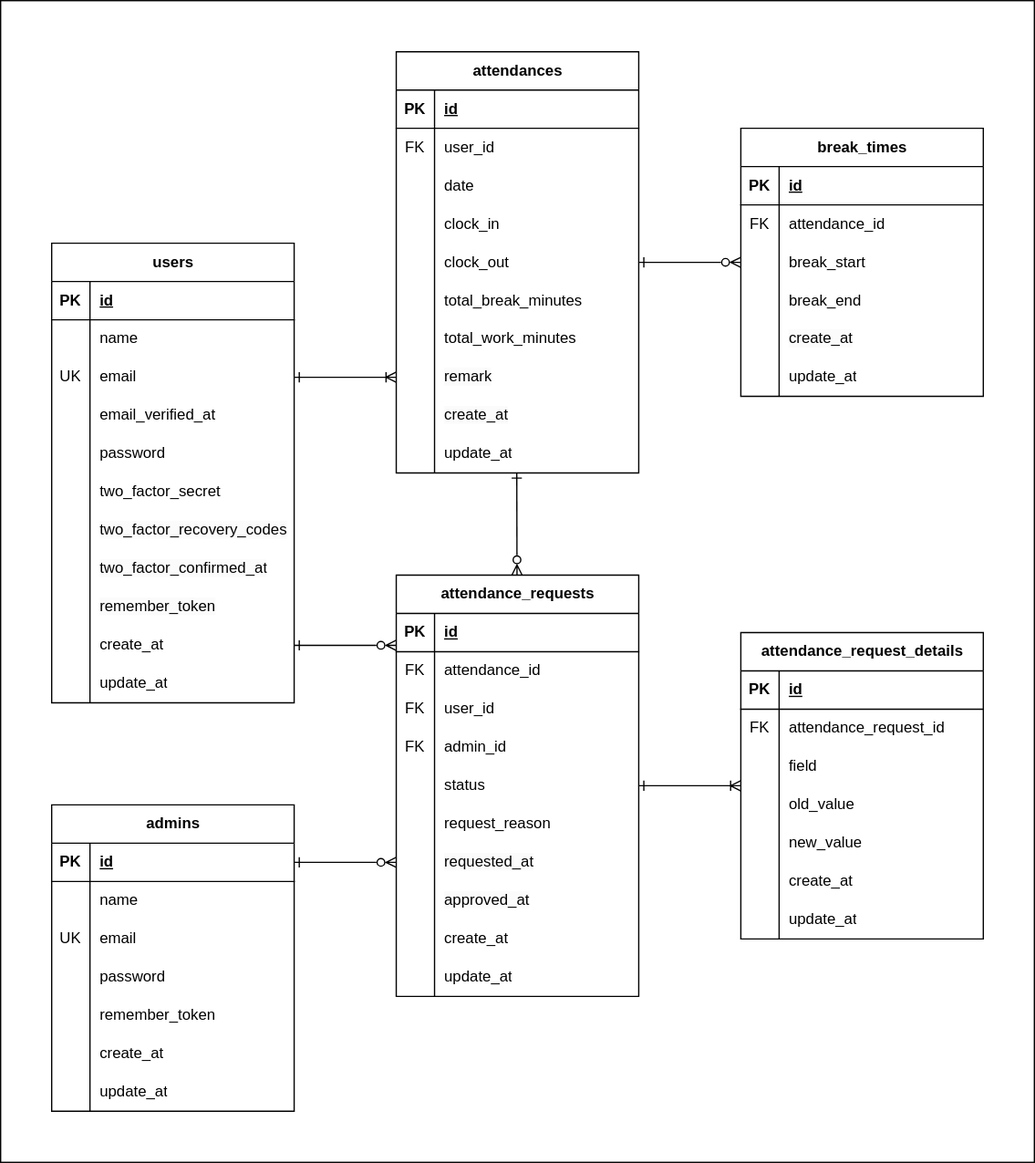
ainyan4645/attendance-management_coachtech keeps this draw.io diagram as attendance-management_coachtech_ER.drawio.svg. Above is the earlier version. Source tidied: cells renumbered, new cells last; positions are measured from the earlier drawing's top-left corner, leaving out a move shared by most shapes.
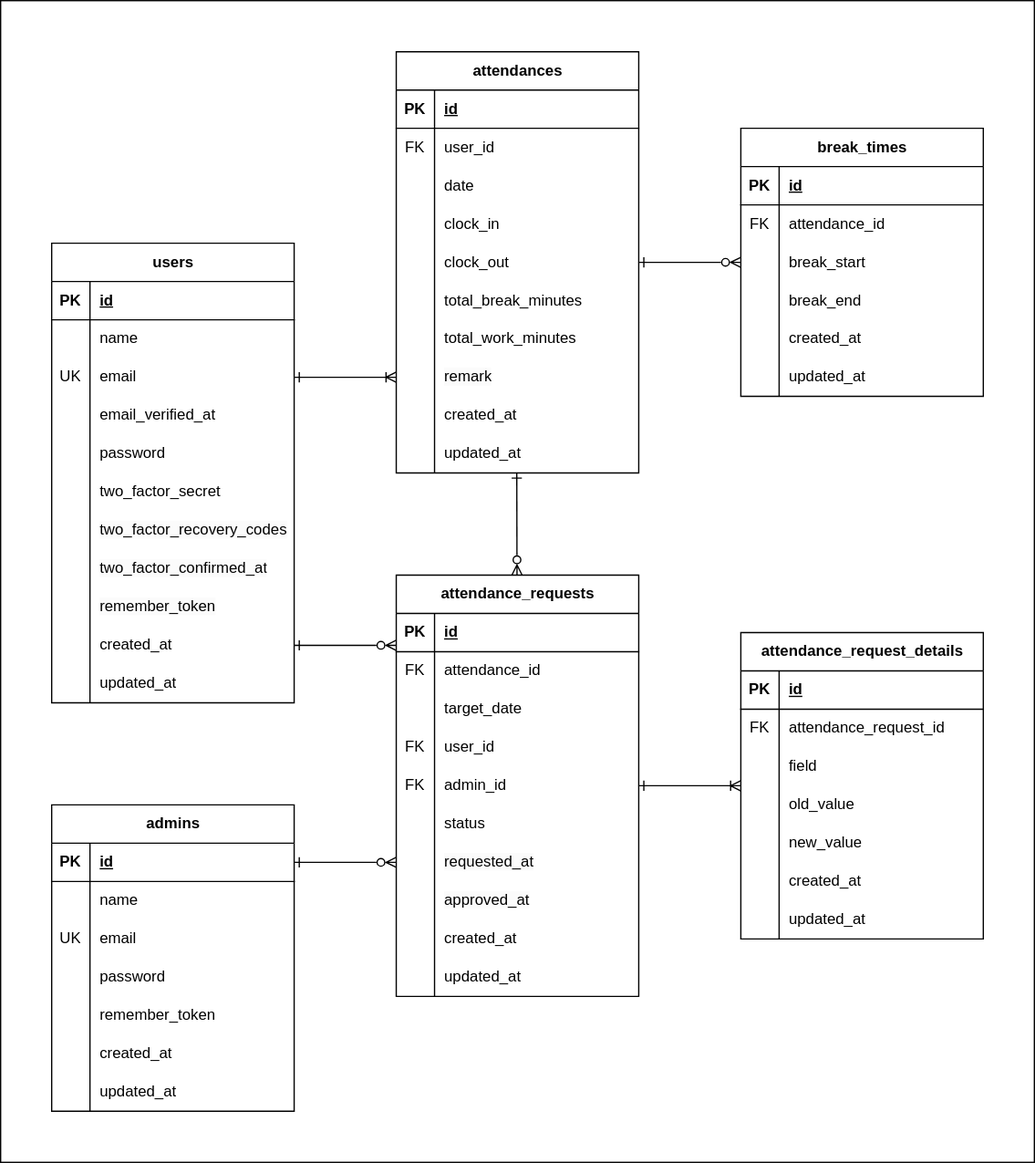
After the commit.

What changed in the source:
```diff
@@ -95,7 +95,7 @@
     <mxCell id="32" style="shape=partialRectangle;fillColor=none;top=0;left=0;bottom=0;right=0;overflow=hidden;whiteSpace=wrap;html=1;" parent="31" vertex="1">
       <mxGeometry width="30" height="30" as="geometry" />
     </mxCell>
-    <mxCell id="33" value="&lt;span style=&quot;color: rgb(0, 0, 0);&quot;&gt;create_at&lt;/span&gt;" style="shape=partialRectangle;fillColor=none;top=0;left=0;bottom=0;right=0;align=left;spacingLeft=6;overflow=hidden;whiteSpace=wrap;html=1;" parent="31" vertex="1">
+    <mxCell id="33" value="&lt;span style=&quot;color: rgb(0, 0, 0);&quot;&gt;created_at&lt;/span&gt;" style="shape=partialRectangle;fillColor=none;top=0;left=0;bottom=0;right=0;align=left;spacingLeft=6;overflow=hidden;whiteSpace=wrap;html=1;" parent="31" vertex="1">
       <mxGeometry x="30" width="160" height="30" as="geometry" />
     </mxCell>
     <mxCell id="34" style="shape=tableRow;horizontal=0;startSize=0;swimlaneHead=0;swimlaneBody=0;fillColor=none;top=0;left=0;right=0;bottom=0;" parent="3" vertex="1">
@@ -104,7 +104,7 @@
     <mxCell id="35" style="shape=partialRectangle;fillColor=none;top=0;left=0;bottom=0;right=0;overflow=hidden;whiteSpace=wrap;html=1;" parent="34" vertex="1">
       <mxGeometry width="30" height="30" as="geometry" />
     </mxCell>
-    <mxCell id="36" value="&lt;span style=&quot;color: rgb(0, 0, 0);&quot;&gt;update_at&lt;/span&gt;" style="shape=partialRectangle;fillColor=none;top=0;left=0;bottom=0;right=0;align=left;spacingLeft=6;overflow=hidden;whiteSpace=wrap;html=1;" parent="34" vertex="1">
+    <mxCell id="36" value="&lt;span style=&quot;color: rgb(0, 0, 0);&quot;&gt;updated_at&lt;/span&gt;" style="shape=partialRectangle;fillColor=none;top=0;left=0;bottom=0;right=0;align=left;spacingLeft=6;overflow=hidden;whiteSpace=wrap;html=1;" parent="34" vertex="1">
       <mxGeometry x="30" width="160" height="30" as="geometry" />
     </mxCell>
     <mxCell id="37" style="edgeStyle=none;html=1;endArrow=ERzeroToMany;endFill=0;startArrow=ERone;startFill=0;" parent="1" edge="1" source="38" target="69">
@@ -191,7 +191,7 @@
     <mxCell id="64" style="shape=partialRectangle;fillColor=none;top=0;left=0;bottom=0;right=0;overflow=hidden;whiteSpace=wrap;html=1;" parent="63" vertex="1">
       <mxGeometry width="30" height="30" as="geometry" />
     </mxCell>
-    <mxCell id="65" value="&lt;span style=&quot;color: rgb(0, 0, 0); font-family: Helvetica; font-size: 12px; font-style: normal; font-variant-ligatures: normal; font-variant-caps: normal; font-weight: 400; letter-spacing: normal; orphans: 2; text-align: left; text-indent: 0px; text-transform: none; widows: 2; word-spacing: 0px; -webkit-text-stroke-width: 0px; white-space: normal; background-color: rgb(251, 251, 251); text-decoration-thickness: initial; text-decoration-style: initial; text-decoration-color: initial; float: none; display: inline !important;&quot;&gt;create_at&lt;/span&gt;" style="shape=partialRectangle;fillColor=none;top=0;left=0;bottom=0;right=0;align=left;spacingLeft=6;overflow=hidden;whiteSpace=wrap;html=1;" parent="63" vertex="1">
+    <mxCell id="65" value="&lt;span style=&quot;color: rgb(0, 0, 0);&quot;&gt;created_at&lt;/span&gt;" style="shape=partialRectangle;fillColor=none;top=0;left=0;bottom=0;right=0;align=left;spacingLeft=6;overflow=hidden;whiteSpace=wrap;html=1;" parent="63" vertex="1">
       <mxGeometry x="30" width="160" height="30" as="geometry" />
     </mxCell>
     <mxCell id="66" style="shape=tableRow;horizontal=0;startSize=0;swimlaneHead=0;swimlaneBody=0;fillColor=none;points=[[0,0.5],[1,0.5]];portConstraint=eastwest;top=0;left=0;right=0;bottom=0;" parent="38" vertex="1">
@@ -200,7 +200,7 @@
     <mxCell id="67" style="shape=partialRectangle;fillColor=none;top=0;left=0;bottom=0;right=0;overflow=hidden;whiteSpace=wrap;html=1;" parent="66" vertex="1">
       <mxGeometry width="30" height="30" as="geometry" />
     </mxCell>
-    <mxCell id="68" value="&lt;span style=&quot;color: rgb(0, 0, 0);&quot;&gt;update_at&lt;/span&gt;" style="shape=partialRectangle;fillColor=none;top=0;left=0;bottom=0;right=0;align=left;spacingLeft=6;overflow=hidden;whiteSpace=wrap;html=1;" parent="66" vertex="1">
+    <mxCell id="68" value="&lt;span style=&quot;color: rgb(0, 0, 0);&quot;&gt;updated_at&lt;/span&gt;" style="shape=partialRectangle;fillColor=none;top=0;left=0;bottom=0;right=0;align=left;spacingLeft=6;overflow=hidden;whiteSpace=wrap;html=1;" parent="66" vertex="1">
       <mxGeometry x="30" width="160" height="30" as="geometry" />
     </mxCell>
     <mxCell id="69" value="break_times" style="shape=table;startSize=30;rowLines=0;fontStyle=1;align=center;html=1;" parent="1" vertex="1">
@@ -248,7 +248,7 @@
     <mxCell id="83" style="shape=partialRectangle;fillColor=none;top=0;left=0;bottom=0;right=0;overflow=hidden;whiteSpace=wrap;html=1;" parent="82" vertex="1">
       <mxGeometry width="30" height="30" as="geometry" />
     </mxCell>
-    <mxCell id="84" value="&lt;span style=&quot;color: rgb(0, 0, 0); font-family: Helvetica; font-size: 12px; font-style: normal; font-variant-ligatures: normal; font-variant-caps: normal; font-weight: 400; letter-spacing: normal; orphans: 2; text-align: left; text-indent: 0px; text-transform: none; widows: 2; word-spacing: 0px; -webkit-text-stroke-width: 0px; white-space: normal; background-color: rgb(251, 251, 251); text-decoration-thickness: initial; text-decoration-style: initial; text-decoration-color: initial; float: none; display: inline !important;&quot;&gt;create_at&lt;/span&gt;" style="shape=partialRectangle;fillColor=none;top=0;left=0;bottom=0;right=0;align=left;spacingLeft=6;overflow=hidden;whiteSpace=wrap;html=1;" parent="82" vertex="1">
+    <mxCell id="84" value="&lt;span style=&quot;color: rgb(0, 0, 0);&quot;&gt;created_at&lt;/span&gt;" style="shape=partialRectangle;fillColor=none;top=0;left=0;bottom=0;right=0;align=left;spacingLeft=6;overflow=hidden;whiteSpace=wrap;html=1;" parent="82" vertex="1">
       <mxGeometry x="30" width="160" height="30" as="geometry" />
     </mxCell>
     <mxCell id="85" style="shape=tableRow;horizontal=0;startSize=0;swimlaneHead=0;swimlaneBody=0;fillColor=none;top=0;left=0;right=0;bottom=0;" parent="69" vertex="1">
@@ -257,7 +257,7 @@
     <mxCell id="86" style="shape=partialRectangle;fillColor=none;top=0;left=0;bottom=0;right=0;overflow=hidden;whiteSpace=wrap;html=1;" parent="85" vertex="1">
       <mxGeometry width="30" height="30" as="geometry" />
     </mxCell>
-    <mxCell id="87" value="&lt;span style=&quot;color: rgb(0, 0, 0);&quot;&gt;update_at&lt;/span&gt;" style="shape=partialRectangle;fillColor=none;top=0;left=0;bottom=0;right=0;align=left;spacingLeft=6;overflow=hidden;whiteSpace=wrap;html=1;" parent="85" vertex="1">
+    <mxCell id="87" value="&lt;span style=&quot;color: rgb(0, 0, 0);&quot;&gt;updated_at&lt;/span&gt;" style="shape=partialRectangle;fillColor=none;top=0;left=0;bottom=0;right=0;align=left;spacingLeft=6;overflow=hidden;whiteSpace=wrap;html=1;" parent="85" vertex="1">
       <mxGeometry x="30" width="160" height="30" as="geometry" />
     </mxCell>
     <mxCell id="88" style="edgeStyle=none;html=1;endArrow=ERoneToMany;endFill=0;startArrow=ERone;startFill=0;" parent="1" edge="1" source="89" target="121">
@@ -284,8 +284,17 @@
     <mxCell id="95" value="&lt;span style=&quot;color: rgb(0, 0, 0);&quot;&gt;attendance_id&lt;/span&gt;" style="shape=partialRectangle;fillColor=none;top=0;left=0;bottom=0;right=0;align=left;spacingLeft=6;overflow=hidden;whiteSpace=wrap;html=1;" parent="93" vertex="1">
       <mxGeometry x="30" width="160" height="30" as="geometry" />
     </mxCell>
+    <mxCell id="168" style="shape=tableRow;horizontal=0;startSize=0;swimlaneHead=0;swimlaneBody=0;fillColor=none;top=0;left=0;right=0;bottom=0;" parent="89" vertex="1">
+      <mxGeometry y="90" width="190" height="30" as="geometry" />
+    </mxCell>
+    <mxCell id="106" style="shape=partialRectangle;fillColor=none;top=0;left=0;bottom=0;right=0;overflow=hidden;whiteSpace=wrap;html=1;" parent="168" vertex="1">
+      <mxGeometry width="30" height="30" as="geometry" />
+    </mxCell>
+    <mxCell id="169" value="target_date" style="shape=partialRectangle;fillColor=none;top=0;left=0;bottom=0;right=0;align=left;spacingLeft=6;overflow=hidden;whiteSpace=wrap;html=1;" parent="168" vertex="1">
+      <mxGeometry x="30" width="160" height="30" as="geometry" />
+    </mxCell>
     <mxCell id="96" style="shape=tableRow;horizontal=0;startSize=0;swimlaneHead=0;swimlaneBody=0;fillColor=none;top=0;left=0;right=0;bottom=0;" parent="89" vertex="1">
-      <mxGeometry y="90" width="190" height="30" as="geometry" />
+      <mxGeometry y="120" width="190" height="30" as="geometry" />
     </mxCell>
     <mxCell id="97" value="&lt;span style=&quot;color: rgb(0, 0, 0);&quot;&gt;FK&lt;/span&gt;" style="shape=partialRectangle;fillColor=none;top=0;left=0;bottom=0;right=0;overflow=hidden;whiteSpace=wrap;html=1;" parent="96" vertex="1">
       <mxGeometry width="30" height="30" as="geometry" />
@@ -294,7 +303,7 @@
       <mxGeometry x="30" width="160" height="30" as="geometry" />
     </mxCell>
     <mxCell id="99" style="shape=tableRow;horizontal=0;startSize=0;swimlaneHead=0;swimlaneBody=0;fillColor=none;top=0;left=0;right=0;bottom=0;" parent="89" vertex="1">
-      <mxGeometry y="120" width="190" height="30" as="geometry" />
+      <mxGeometry y="150" width="190" height="30" as="geometry" />
     </mxCell>
     <mxCell id="100" value="&lt;span style=&quot;color: rgb(0, 0, 0);&quot;&gt;FK&lt;/span&gt;" style="shape=partialRectangle;fillColor=none;top=0;left=0;bottom=0;right=0;overflow=hidden;whiteSpace=wrap;html=1;" parent="99" vertex="1">
       <mxGeometry width="30" height="30" as="geometry" />
@@ -303,7 +312,7 @@
       <mxGeometry x="30" width="160" height="30" as="geometry" />
     </mxCell>
     <mxCell id="102" style="shape=tableRow;horizontal=0;startSize=0;swimlaneHead=0;swimlaneBody=0;fillColor=none;top=0;left=0;right=0;bottom=0;" parent="89" vertex="1">
-      <mxGeometry y="150" width="190" height="30" as="geometry" />
+      <mxGeometry y="180" width="190" height="30" as="geometry" />
     </mxCell>
     <mxCell id="103" style="shape=partialRectangle;fillColor=none;top=0;left=0;bottom=0;right=0;overflow=hidden;whiteSpace=wrap;html=1;" parent="102" vertex="1">
       <mxGeometry width="30" height="30" as="geometry" />
@@ -311,15 +320,6 @@
     <mxCell id="104" value="status" style="shape=partialRectangle;fillColor=none;top=0;left=0;bottom=0;right=0;align=left;spacingLeft=6;overflow=hidden;whiteSpace=wrap;html=1;" parent="102" vertex="1">
       <mxGeometry x="30" width="160" height="30" as="geometry" />
     </mxCell>
-    <mxCell id="105" style="shape=tableRow;horizontal=0;startSize=0;swimlaneHead=0;swimlaneBody=0;fillColor=none;top=0;left=0;right=0;bottom=0;" parent="89" vertex="1">
-      <mxGeometry y="180" width="190" height="30" as="geometry" />
-    </mxCell>
-    <mxCell id="106" style="shape=partialRectangle;fillColor=none;top=0;left=0;bottom=0;right=0;overflow=hidden;whiteSpace=wrap;html=1;" parent="105" vertex="1">
-      <mxGeometry width="30" height="30" as="geometry" />
-    </mxCell>
-    <mxCell id="107" value="&lt;span style=&quot;color: rgb(0, 0, 0);&quot;&gt;request_reason&lt;/span&gt;" style="shape=partialRectangle;fillColor=none;top=0;left=0;bottom=0;right=0;align=left;spacingLeft=6;overflow=hidden;whiteSpace=wrap;html=1;" parent="105" vertex="1">
-      <mxGeometry x="30" width="160" height="30" as="geometry" />
-    </mxCell>
     <mxCell id="108" style="shape=tableRow;horizontal=0;startSize=0;swimlaneHead=0;swimlaneBody=0;fillColor=none;points=[[0,0.5],[1,0.5]];portConstraint=eastwest;top=0;left=0;right=0;bottom=0;" parent="89" vertex="1">
       <mxGeometry y="210" width="190" height="30" as="geometry" />
     </mxCell>
@@ -344,7 +344,7 @@
     <mxCell id="115" style="shape=partialRectangle;fillColor=none;top=0;left=0;bottom=0;right=0;overflow=hidden;whiteSpace=wrap;html=1;" parent="114" vertex="1">
       <mxGeometry width="30" height="30" as="geometry" />
     </mxCell>
-    <mxCell id="116" value="&lt;span style=&quot;color: rgb(0, 0, 0);&quot;&gt;create_at&lt;/span&gt;" style="shape=partialRectangle;fillColor=none;top=0;left=0;bottom=0;right=0;align=left;spacingLeft=6;overflow=hidden;whiteSpace=wrap;html=1;" parent="114" vertex="1">
+    <mxCell id="116" value="&lt;span style=&quot;color: rgb(0, 0, 0);&quot;&gt;created_at&lt;/span&gt;" style="shape=partialRectangle;fillColor=none;top=0;left=0;bottom=0;right=0;align=left;spacingLeft=6;overflow=hidden;whiteSpace=wrap;html=1;" parent="114" vertex="1">
       <mxGeometry x="30" width="160" height="30" as="geometry" />
     </mxCell>
     <mxCell id="117" style="shape=tableRow;horizontal=0;startSize=0;swimlaneHead=0;swimlaneBody=0;fillColor=none;top=0;left=0;right=0;bottom=0;" parent="89" vertex="1">
@@ -353,7 +353,7 @@
     <mxCell id="118" style="shape=partialRectangle;fillColor=none;top=0;left=0;bottom=0;right=0;overflow=hidden;whiteSpace=wrap;html=1;" parent="117" vertex="1">
       <mxGeometry width="30" height="30" as="geometry" />
     </mxCell>
-    <mxCell id="119" value="&lt;span style=&quot;color: rgb(0, 0, 0);&quot;&gt;update_at&lt;/span&gt;" style="shape=partialRectangle;fillColor=none;top=0;left=0;bottom=0;right=0;align=left;spacingLeft=6;overflow=hidden;whiteSpace=wrap;html=1;" parent="117" vertex="1">
+    <mxCell id="119" value="&lt;span style=&quot;color: rgb(0, 0, 0);&quot;&gt;updated_at&lt;/span&gt;" style="shape=partialRectangle;fillColor=none;top=0;left=0;bottom=0;right=0;align=left;spacingLeft=6;overflow=hidden;whiteSpace=wrap;html=1;" parent="117" vertex="1">
       <mxGeometry x="30" width="160" height="30" as="geometry" />
     </mxCell>
     <mxCell id="120" style="edgeStyle=none;html=1;entryX=0.497;entryY=0.999;entryDx=0;entryDy=0;entryPerimeter=0;startArrow=ERzeroToMany;startFill=0;endArrow=ERone;endFill=0;" parent="1" edge="1" source="89" target="66">
@@ -413,7 +413,7 @@
     <mxCell id="138" style="shape=partialRectangle;fillColor=none;top=0;left=0;bottom=0;right=0;overflow=hidden;whiteSpace=wrap;html=1;" parent="137" vertex="1">
       <mxGeometry width="30" height="30" as="geometry" />
     </mxCell>
-    <mxCell id="139" value="&lt;span style=&quot;color: rgb(0, 0, 0);&quot;&gt;create_at&lt;/span&gt;" style="shape=partialRectangle;fillColor=none;top=0;left=0;bottom=0;right=0;align=left;spacingLeft=6;overflow=hidden;whiteSpace=wrap;html=1;" parent="137" vertex="1">
+    <mxCell id="139" value="&lt;span style=&quot;color: rgb(0, 0, 0);&quot;&gt;created_at&lt;/span&gt;" style="shape=partialRectangle;fillColor=none;top=0;left=0;bottom=0;right=0;align=left;spacingLeft=6;overflow=hidden;whiteSpace=wrap;html=1;" parent="137" vertex="1">
       <mxGeometry x="30" width="160" height="30" as="geometry" />
     </mxCell>
     <mxCell id="140" style="shape=tableRow;horizontal=0;startSize=0;swimlaneHead=0;swimlaneBody=0;fillColor=none;top=0;left=0;right=0;bottom=0;" parent="121" vertex="1">
@@ -422,7 +422,7 @@
     <mxCell id="141" style="shape=partialRectangle;fillColor=none;top=0;left=0;bottom=0;right=0;overflow=hidden;whiteSpace=wrap;html=1;" parent="140" vertex="1">
       <mxGeometry width="30" height="30" as="geometry" />
     </mxCell>
-    <mxCell id="142" value="&lt;span style=&quot;color: rgb(0, 0, 0);&quot;&gt;update_at&lt;/span&gt;" style="shape=partialRectangle;fillColor=none;top=0;left=0;bottom=0;right=0;align=left;spacingLeft=6;overflow=hidden;whiteSpace=wrap;html=1;" parent="140" vertex="1">
+    <mxCell id="142" value="&lt;span style=&quot;color: rgb(0, 0, 0);&quot;&gt;updated_at&lt;/span&gt;" style="shape=partialRectangle;fillColor=none;top=0;left=0;bottom=0;right=0;align=left;spacingLeft=6;overflow=hidden;whiteSpace=wrap;html=1;" parent="140" vertex="1">
       <mxGeometry x="30" width="160" height="30" as="geometry" />
     </mxCell>
     <mxCell id="143" value="admins" style="shape=table;startSize=30;rowLines=0;fontStyle=1;align=center;html=1;" parent="1" vertex="1">
@@ -479,7 +479,7 @@
     <mxCell id="160" style="shape=partialRectangle;fillColor=none;top=0;left=0;bottom=0;right=0;overflow=hidden;whiteSpace=wrap;html=1;" parent="159" vertex="1">
       <mxGeometry width="30" height="30" as="geometry" />
     </mxCell>
-    <mxCell id="161" value="&lt;span style=&quot;color: rgb(0, 0, 0);&quot;&gt;create_at&lt;/span&gt;" style="shape=partialRectangle;fillColor=none;top=0;left=0;bottom=0;right=0;align=left;spacingLeft=6;overflow=hidden;whiteSpace=wrap;html=1;" parent="159" vertex="1">
+    <mxCell id="161" value="&lt;span style=&quot;color: rgb(0, 0, 0);&quot;&gt;created_at&lt;/span&gt;" style="shape=partialRectangle;fillColor=none;top=0;left=0;bottom=0;right=0;align=left;spacingLeft=6;overflow=hidden;whiteSpace=wrap;html=1;" parent="159" vertex="1">
       <mxGeometry x="30" width="160" height="30" as="geometry" />
     </mxCell>
     <mxCell id="162" style="shape=tableRow;horizontal=0;startSize=0;swimlaneHead=0;swimlaneBody=0;fillColor=none;top=0;left=0;right=0;bottom=0;" parent="143" vertex="1">
@@ -488,7 +488,7 @@
     <mxCell id="163" style="shape=partialRectangle;fillColor=none;top=0;left=0;bottom=0;right=0;overflow=hidden;whiteSpace=wrap;html=1;" parent="162" vertex="1">
       <mxGeometry width="30" height="30" as="geometry" />
     </mxCell>
-    <mxCell id="164" value="&lt;span style=&quot;color: rgb(0, 0, 0);&quot;&gt;update_at&lt;/span&gt;" style="shape=partialRectangle;fillColor=none;top=0;left=0;bottom=0;right=0;align=left;spacingLeft=6;overflow=hidden;whiteSpace=wrap;html=1;" parent="162" vertex="1">
+    <mxCell id="164" value="&lt;span style=&quot;color: rgb(0, 0, 0);&quot;&gt;updated_at&lt;/span&gt;" style="shape=partialRectangle;fillColor=none;top=0;left=0;bottom=0;right=0;align=left;spacingLeft=6;overflow=hidden;whiteSpace=wrap;html=1;" parent="162" vertex="1">
       <mxGeometry x="30" width="160" height="30" as="geometry" />
     </mxCell>
     <mxCell id="165" style="edgeStyle=none;html=1;entryX=0;entryY=0.5;entryDx=0;entryDy=0;endArrow=ERoneToMany;endFill=0;startArrow=ERone;startFill=0;" parent="1" edge="1" source="10" target="60">
```
